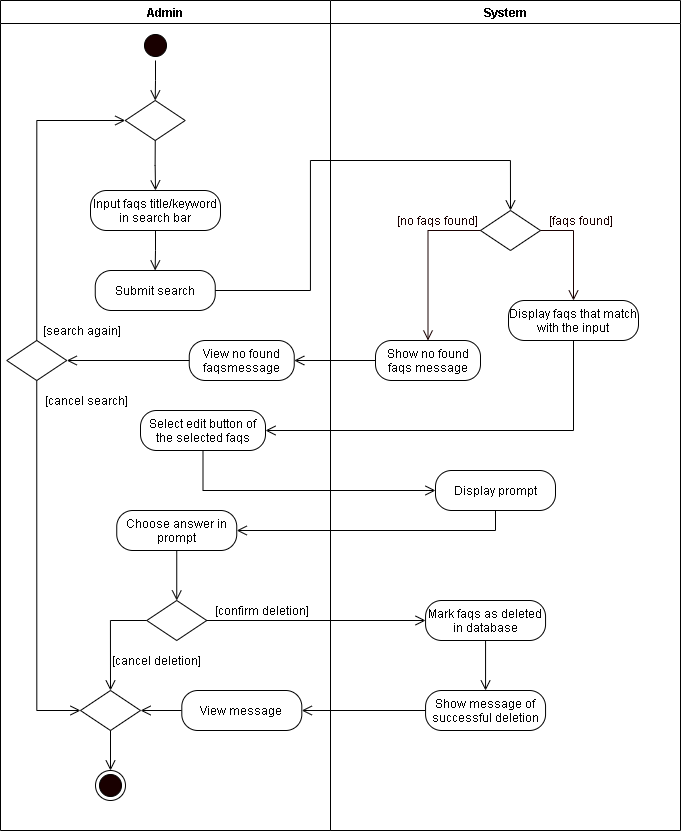
Earlier version of the draw.io export REVISIONS/UML-DIAGRAMS/6-28-2021/ACTIVITY DIAGRAM/21-Delete Faqs.png (mrklglsn/CAPSTONE-FILES). Source tidied: cells renumbered, new cells last; positions are measured from the earlier drawing's top-left corner, leaving out a move shared by most shapes. Its diagram source:
```xml
<mxGraphModel>
  <root>
    <mxCell id="0" />
    <mxCell id="1" parent="0" />
    <mxCell id="2" value="Admin" style="swimlane;startSize=23;" parent="1" vertex="1">
      <mxGeometry width="330" height="830" as="geometry" />
    </mxCell>
    <mxCell id="3" style="ellipse;html=1;shape=startState;fillColor=#190000;" parent="2" vertex="1">
      <mxGeometry x="140" y="30" width="30" height="30" as="geometry" />
    </mxCell>
    <mxCell id="4" style="rhombus;whiteSpace=wrap;html=1;" parent="2" vertex="1">
      <mxGeometry x="146.2" y="600" width="60" height="40" as="geometry" />
    </mxCell>
    <mxCell id="5" value="[confirm deletion]" style="text;html=1;align=center;verticalAlign=middle;strokeColor=none;" parent="2" vertex="1">
      <mxGeometry x="206.2" y="600" width="110" height="20" as="geometry" />
    </mxCell>
    <mxCell id="6" value="[cancel deletion]" style="text;html=1;align=center;verticalAlign=middle;strokeColor=none;" parent="2" vertex="1">
      <mxGeometry x="106.2" y="650" width="100" height="20" as="geometry" />
    </mxCell>
    <mxCell id="7" style="ellipse;html=1;shape=endState;fillColor=#190000;" parent="2" vertex="1">
      <mxGeometry x="95" y="770" width="30" height="30" as="geometry" />
    </mxCell>
    <mxCell id="8" style="edgeStyle=orthogonalEdgeStyle;rounded=0;jettySize=auto;html=1;exitX=0.5;exitY=1;exitDx=0;exitDy=0;entryX=0.5;entryY=0;entryDx=0;entryDy=0;endArrow=open;endFill=0;endSize=8;" parent="2" edge="1" source="9" target="7">
      <mxGeometry relative="1" as="geometry" />
    </mxCell>
    <mxCell id="9" style="rhombus;whiteSpace=wrap;html=1;" parent="2" vertex="1">
      <mxGeometry x="80" y="690" width="60" height="40" as="geometry" />
    </mxCell>
    <mxCell id="10" style="edgeStyle=orthogonalEdgeStyle;rounded=0;jettySize=auto;html=1;exitX=0;exitY=0.5;exitDx=0;exitDy=0;endArrow=open;endFill=0;endSize=8;entryX=0.5;entryY=0;entryDx=0;entryDy=0;" parent="2" edge="1" source="4" target="9">
      <mxGeometry relative="1" as="geometry" />
    </mxCell>
    <mxCell id="11" style="edgeStyle=orthogonalEdgeStyle;rounded=0;jettySize=auto;html=1;exitX=0;exitY=0.5;exitDx=0;exitDy=0;endArrow=open;endFill=0;endSize=8;" parent="2" edge="1" source="12">
      <mxGeometry relative="1" as="geometry">
        <mxPoint x="140" y="710" as="targetPoint" />
      </mxGeometry>
    </mxCell>
    <mxCell id="12" value="View message" style="rounded=1;whiteSpace=wrap;html=1;arcSize=40;" parent="2" vertex="1">
      <mxGeometry x="181.3" y="690" width="120" height="40" as="geometry" />
    </mxCell>
    <mxCell id="13" style="edgeStyle=orthogonalEdgeStyle;rounded=0;jettySize=auto;html=1;exitX=0.5;exitY=1;exitDx=0;exitDy=0;entryX=0.5;entryY=0;entryDx=0;entryDy=0;endArrow=open;endFill=0;endSize=8;" parent="2" edge="1" source="14" target="4">
      <mxGeometry relative="1" as="geometry" />
    </mxCell>
    <mxCell id="14" value="Choose answer in prompt" style="rounded=1;whiteSpace=wrap;html=1;arcSize=40;" parent="2" vertex="1">
      <mxGeometry x="116.2" y="510" width="120" height="40" as="geometry" />
    </mxCell>
    <mxCell id="15" value="System" style="swimlane;" parent="1" vertex="1">
      <mxGeometry x="330" width="350" height="830" as="geometry" />
    </mxCell>
    <mxCell id="16" value="Show no found faqs message" style="rounded=1;whiteSpace=wrap;html=1;arcSize=40;" parent="15" vertex="1">
      <mxGeometry x="45" y="340" width="105" height="40" as="geometry" />
    </mxCell>
    <mxCell id="17" style="rhombus;whiteSpace=wrap;html=1;" parent="15" vertex="1">
      <mxGeometry x="150" y="210" width="60" height="40" as="geometry" />
    </mxCell>
    <mxCell id="18" value="&lt;font color=&quot;#190000&quot;&gt;[faqs found]&lt;/font&gt;" style="text;html=1;align=center;verticalAlign=middle;strokeColor=none;fontColor=#FFFFFF;" parent="15" vertex="1">
      <mxGeometry x="210" y="210" width="80" height="20" as="geometry" />
    </mxCell>
    <mxCell id="19" value="&lt;font color=&quot;#190000&quot;&gt;[no faqs found]&lt;/font&gt;" style="text;html=1;align=center;verticalAlign=middle;strokeColor=none;fontColor=#FFFFFF;" parent="15" vertex="1">
      <mxGeometry x="57.5" y="210" width="100" height="20" as="geometry" />
    </mxCell>
    <mxCell id="20" style="edgeStyle=orthogonalEdgeStyle;rounded=0;jettySize=auto;html=1;exitX=0;exitY=0.5;exitDx=0;exitDy=0;fontColor=#FFFFFF;endArrow=open;endFill=0;endSize=8;strokeColor=#190000;entryX=0.5;entryY=0;entryDx=0;entryDy=0;" parent="15" edge="1" source="17" target="16">
      <mxGeometry relative="1" as="geometry" />
    </mxCell>
    <mxCell id="21" value="Display faqs that match with the input" style="rounded=1;whiteSpace=wrap;html=1;arcSize=40;" parent="15" vertex="1">
      <mxGeometry x="178" y="300" width="130" height="40" as="geometry" />
    </mxCell>
    <mxCell id="22" style="edgeStyle=orthogonalEdgeStyle;rounded=0;jettySize=auto;html=1;exitX=1;exitY=0.5;exitDx=0;exitDy=0;fontColor=#FFFFFF;endArrow=open;endFill=0;endSize=8;strokeColor=#190000;entryX=0.5;entryY=0;entryDx=0;entryDy=0;" parent="15" edge="1" source="17" target="21">
      <mxGeometry relative="1" as="geometry" />
    </mxCell>
    <mxCell id="23" value="Display prompt" style="rounded=1;whiteSpace=wrap;html=1;arcSize=40;" parent="15" vertex="1">
      <mxGeometry x="105" y="470" width="120" height="40" as="geometry" />
    </mxCell>
    <mxCell id="24" value="Mark faqs as deleted in database" style="rounded=1;whiteSpace=wrap;html=1;arcSize=40;" parent="15" vertex="1">
      <mxGeometry x="95" y="600" width="120" height="40" as="geometry" />
    </mxCell>
    <mxCell id="25" value="Show message of successful deletion" style="rounded=1;whiteSpace=wrap;html=1;arcSize=40;" parent="15" vertex="1">
      <mxGeometry x="95" y="690" width="120" height="40" as="geometry" />
    </mxCell>
    <mxCell id="26" style="edgeStyle=orthogonalEdgeStyle;rounded=0;jettySize=auto;html=1;exitX=0.5;exitY=1;exitDx=0;exitDy=0;endArrow=open;endFill=0;endSize=8;" parent="15" edge="1" source="24">
      <mxGeometry relative="1" as="geometry">
        <mxPoint x="155" y="690" as="targetPoint" />
      </mxGeometry>
    </mxCell>
    <mxCell id="27" value="Select edit button of the selected faqs" style="rounded=1;whiteSpace=wrap;html=1;arcSize=40;" parent="1" vertex="1">
      <mxGeometry x="140" y="410" width="125" height="40" as="geometry" />
    </mxCell>
    <mxCell id="28" value="Submit search" style="rounded=1;whiteSpace=wrap;html=1;arcSize=40;" parent="1" vertex="1">
      <mxGeometry x="94.7" y="270" width="120" height="40" as="geometry" />
    </mxCell>
    <mxCell id="29" value="[search again]" style="text;html=1;align=center;verticalAlign=middle;strokeColor=none;rotation=0;" parent="1" vertex="1">
      <mxGeometry x="36.2" y="320" width="90" height="20" as="geometry" />
    </mxCell>
    <mxCell id="30" value="[cancel search]" style="text;html=1;align=center;verticalAlign=middle;strokeColor=none;rotation=0;" parent="1" vertex="1">
      <mxGeometry x="36.2" y="390" width="100" height="20" as="geometry" />
    </mxCell>
    <mxCell id="31" value="View no found faqsmessage" style="rounded=1;whiteSpace=wrap;html=1;arcSize=40;" parent="1" vertex="1">
      <mxGeometry x="188.8" y="340" width="105" height="40" as="geometry" />
    </mxCell>
    <mxCell id="32" style="edgeStyle=orthogonalEdgeStyle;rounded=0;jettySize=auto;html=1;exitX=0.5;exitY=1;exitDx=0;exitDy=0;entryX=0;entryY=0.5;entryDx=0;entryDy=0;endArrow=open;endFill=0;endSize=8;" parent="1" edge="1" source="33" target="9">
      <mxGeometry relative="1" as="geometry" />
    </mxCell>
    <mxCell id="33" style="rhombus;whiteSpace=wrap;html=1;" parent="1" vertex="1">
      <mxGeometry x="6.2" y="340" width="60" height="40" as="geometry" />
    </mxCell>
    <mxCell id="34" style="edgeStyle=orthogonalEdgeStyle;rounded=0;jettySize=auto;html=1;exitX=0;exitY=0.5;exitDx=0;exitDy=0;entryX=1;entryY=0.5;entryDx=0;entryDy=0;endArrow=open;endFill=0;endSize=8;" parent="1" edge="1" source="31" target="33">
      <mxGeometry relative="1" as="geometry" />
    </mxCell>
    <mxCell id="35" style="edgeStyle=orthogonalEdgeStyle;rounded=0;jettySize=auto;html=1;exitX=0.5;exitY=1;exitDx=0;exitDy=0;endArrow=open;endFill=0;endSize=8;" parent="1" edge="1" source="36" target="28">
      <mxGeometry relative="1" as="geometry" />
    </mxCell>
    <mxCell id="36" value="Input faqs title/keyword in search bar" style="rounded=1;whiteSpace=wrap;html=1;arcSize=40;" parent="1" vertex="1">
      <mxGeometry x="90" y="190" width="130" height="40" as="geometry" />
    </mxCell>
    <mxCell id="37" style="edgeStyle=orthogonalEdgeStyle;rounded=0;jettySize=auto;html=1;exitX=0.5;exitY=1;exitDx=0;exitDy=0;entryX=0.5;entryY=0;entryDx=0;entryDy=0;endArrow=open;endFill=0;endSize=8;" parent="1" edge="1" source="38" target="36">
      <mxGeometry relative="1" as="geometry" />
    </mxCell>
    <mxCell id="38" style="rhombus;whiteSpace=wrap;html=1;" parent="1" vertex="1">
      <mxGeometry x="124.7" y="100" width="60" height="40" as="geometry" />
    </mxCell>
    <mxCell id="39" style="edgeStyle=orthogonalEdgeStyle;rounded=0;jettySize=auto;html=1;exitX=0.5;exitY=0;exitDx=0;exitDy=0;entryX=0;entryY=0.5;entryDx=0;entryDy=0;endArrow=open;endFill=0;endSize=8;" parent="1" edge="1" source="33" target="38">
      <mxGeometry relative="1" as="geometry" />
    </mxCell>
    <mxCell id="40" style="edgeStyle=orthogonalEdgeStyle;rounded=0;jettySize=auto;html=1;exitX=0.5;exitY=1;exitDx=0;exitDy=0;entryX=1;entryY=0.5;entryDx=0;entryDy=0;endArrow=open;endFill=0;endSize=8;" parent="1" edge="1" source="21" target="27">
      <mxGeometry relative="1" as="geometry" />
    </mxCell>
    <mxCell id="41" style="edgeStyle=orthogonalEdgeStyle;rounded=0;jettySize=auto;html=1;exitX=1;exitY=0.5;exitDx=0;exitDy=0;endArrow=open;endFill=0;endSize=8;entryX=0.5;entryY=0;entryDx=0;entryDy=0;" parent="1" edge="1" source="28" target="17">
      <mxGeometry relative="1" as="geometry">
        <Array as="points">
          <mxPoint x="310" y="290" />
          <mxPoint x="310" y="160" />
          <mxPoint x="510" y="160" />
        </Array>
      </mxGeometry>
    </mxCell>
    <mxCell id="42" style="edgeStyle=orthogonalEdgeStyle;rounded=0;jettySize=auto;html=1;exitX=0;exitY=0.5;exitDx=0;exitDy=0;entryX=1;entryY=0.5;entryDx=0;entryDy=0;endArrow=open;endFill=0;endSize=8;" parent="1" edge="1" source="16" target="31">
      <mxGeometry relative="1" as="geometry" />
    </mxCell>
    <mxCell id="43" style="edgeStyle=orthogonalEdgeStyle;rounded=0;jettySize=auto;html=1;exitX=0.5;exitY=1;exitDx=0;exitDy=0;entryX=0;entryY=0.5;entryDx=0;entryDy=0;endArrow=open;endFill=0;endSize=8;" parent="1" edge="1" source="27" target="23">
      <mxGeometry relative="1" as="geometry" />
    </mxCell>
    <mxCell id="44" style="edgeStyle=orthogonalEdgeStyle;rounded=0;jettySize=auto;html=1;exitX=0.5;exitY=1;exitDx=0;exitDy=0;entryX=0.5;entryY=0;entryDx=0;entryDy=0;endArrow=open;endFill=0;endSize=8;" parent="1" edge="1" source="3" target="38">
      <mxGeometry relative="1" as="geometry" />
    </mxCell>
    <mxCell id="45" style="edgeStyle=orthogonalEdgeStyle;rounded=0;jettySize=auto;html=1;exitX=1;exitY=0.5;exitDx=0;exitDy=0;endArrow=open;endFill=0;endSize=8;entryX=0;entryY=0.5;entryDx=0;entryDy=0;" parent="1" edge="1" source="4" target="24">
      <mxGeometry relative="1" as="geometry" />
    </mxCell>
    <mxCell id="46" style="edgeStyle=orthogonalEdgeStyle;rounded=0;jettySize=auto;html=1;exitX=0;exitY=0.5;exitDx=0;exitDy=0;entryX=1;entryY=0.5;entryDx=0;entryDy=0;endArrow=open;endFill=0;endSize=8;" parent="1" edge="1" source="25" target="12">
      <mxGeometry relative="1" as="geometry" />
    </mxCell>
    <mxCell id="47" style="edgeStyle=orthogonalEdgeStyle;rounded=0;jettySize=auto;html=1;exitX=0.5;exitY=1;exitDx=0;exitDy=0;entryX=1;entryY=0.5;entryDx=0;entryDy=0;endArrow=open;endFill=0;endSize=8;" parent="1" edge="1" source="23" target="14">
      <mxGeometry relative="1" as="geometry" />
    </mxCell>
  </root>
</mxGraphModel>
```
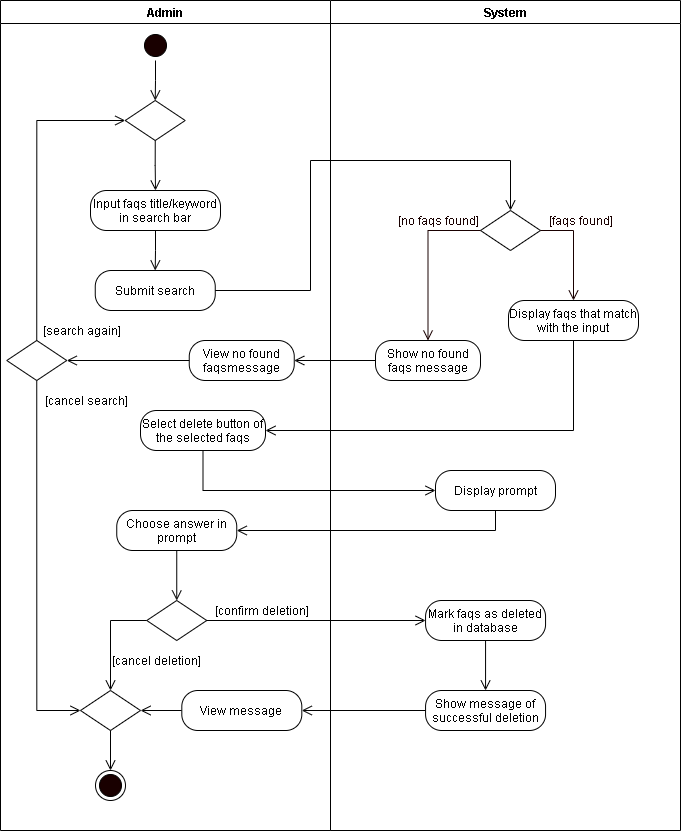
After the commit.

What changed in the source:
```diff
@@ -81,7 +81,7 @@
         <mxPoint x="155" y="690" as="targetPoint" />
       </mxGeometry>
     </mxCell>
-    <mxCell id="27" value="Select edit button of the selected faqs" style="rounded=1;whiteSpace=wrap;html=1;arcSize=40;" parent="1" vertex="1">
+    <mxCell id="27" value="Select delete button of the selected faqs" style="rounded=1;whiteSpace=wrap;html=1;arcSize=40;" parent="1" vertex="1">
       <mxGeometry x="140" y="410" width="125" height="40" as="geometry" />
     </mxCell>
     <mxCell id="28" value="Submit search" style="rounded=1;whiteSpace=wrap;html=1;arcSize=40;" parent="1" vertex="1">
```
